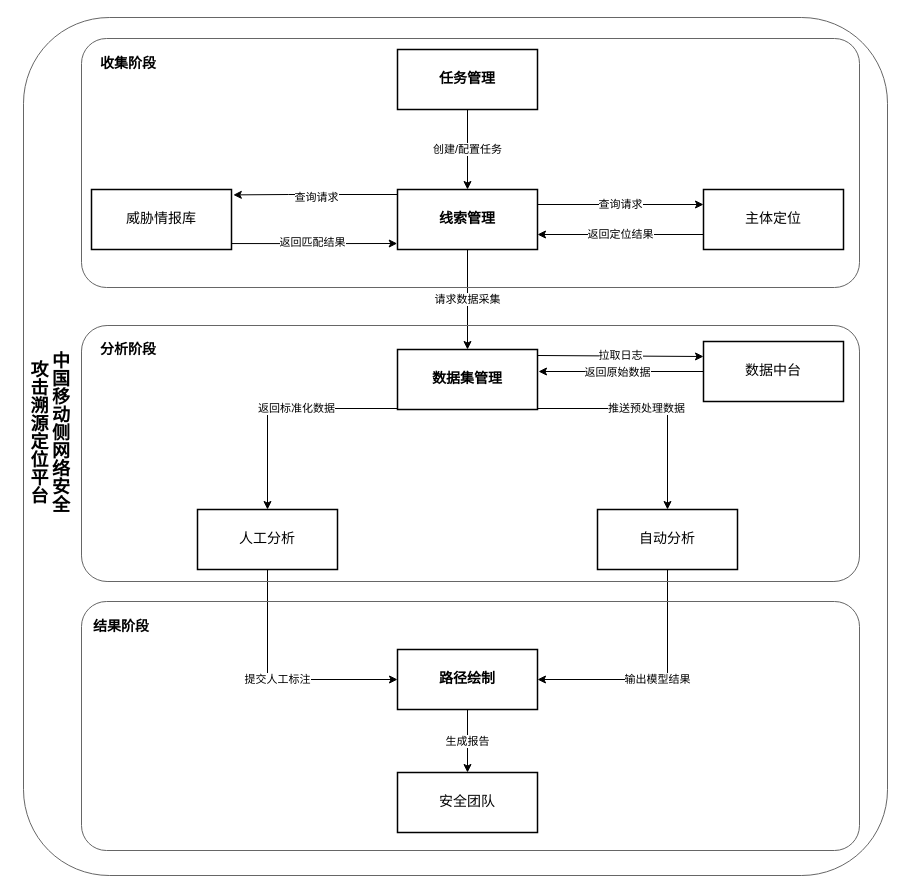
asdlijinquan/- keeps this draw.io diagram as page "第 2 页" (2 of 2) of JhbPpt.drawio. Above is the earlier version. Source tidied: cells renumbered, new cells numbered last; positions are measured from the earlier drawing's top-left corner, leaving out a move shared by most shapes. Both pictures are drawn from the tidied source at 100%, with x=0, y=0 at pixel (17, 17).
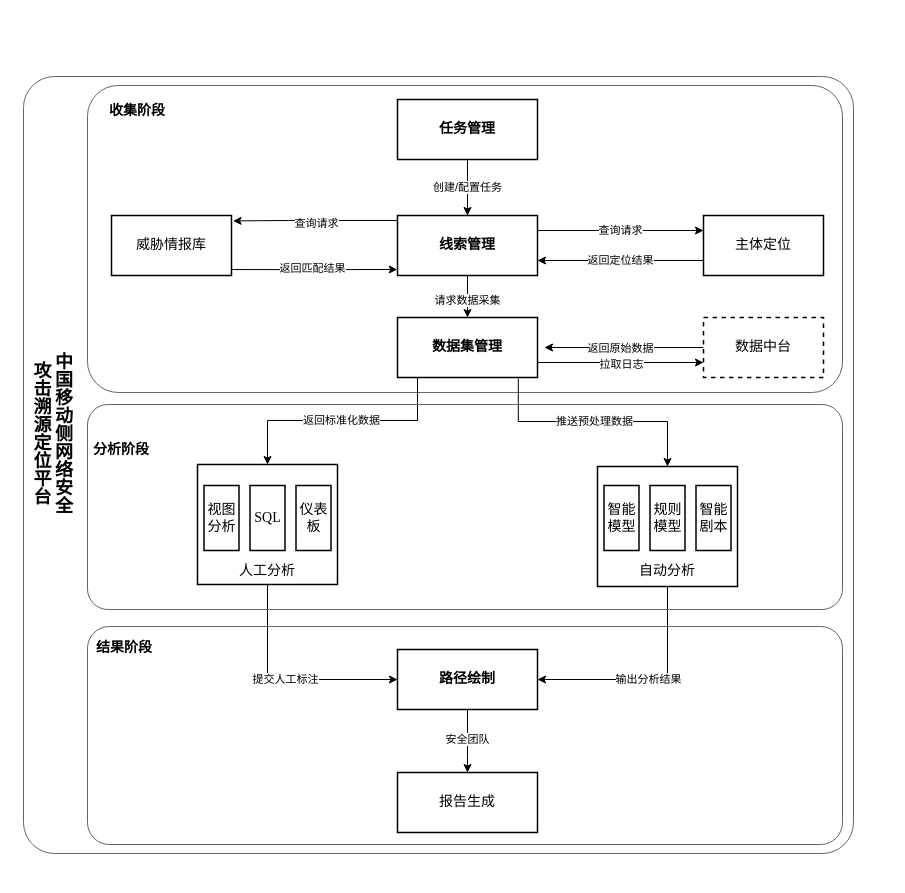
The same diagram, later.

Unchanged cells that the change refers to:
```xml
<mxCell id="12" value="路径绘制" style="rounded=0;whiteSpace=wrap;html=1;shadow=0;strokeWidth=1.5;fillColor=#FFFFFF;strokeColor=#000000;fontColor=#000000;fontFamily=Times New Roman;fontSize=14;fontStyle=1;" parent="1" vertex="1">
  <mxGeometry x="380" y="632" width="140" height="60" as="geometry" />
</mxCell>
```

Diff of the diagram source:
```diff
@@
+    <mxCell id="37" style="rounded=1;whiteSpace=wrap;html=1;arcSize=4;verticalAlign=top;glass=0;shadow=0;fillColor=none;strokeColor=#666666;fontColor=#333333;" parent="1" vertex="1">
+      <mxGeometry x="6" y="59" width="830" height="777" as="geometry" />
+    </mxCell>
+    <mxCell id="29" style="rounded=1;whiteSpace=wrap;html=1;fillColor=none;strokeColor=#666666;arcSize=10;verticalAlign=top;" parent="1" vertex="1">
+      <mxGeometry x="70" y="68" width="755" height="307" as="geometry" />
+    </mxCell>
+    <mxCell id="32" style="rounded=1;whiteSpace=wrap;html=1;fillColor=none;strokeColor=#666666;arcSize=10;verticalAlign=top;" parent="1" vertex="1">
+      <mxGeometry x="70" y="609" width="755" height="218" as="geometry" />
+    </mxCell>
     <mxCell id="2" value="任务管理" style="rounded=0;whiteSpace=wrap;html=1;shadow=0;strokeWidth=1.5;fillColor=#FFFFFF;strokeColor=#000000;fontColor=#000000;fontFamily=Times New Roman;fontSize=14;fontStyle=1;" parent="1" vertex="1">
-      <mxGeometry x="380" y="32" width="140" height="60" as="geometry" />
+      <mxGeometry x="380" y="82" width="140" height="60" as="geometry" />
     </mxCell>
     <mxCell id="3" value="线索管理" style="rounded=0;whiteSpace=wrap;html=1;shadow=0;strokeWidth=1.5;fillColor=#FFFFFF;strokeColor=#000000;fontColor=#000000;fontFamily=Times New Roman;fontSize=14;fontStyle=1;" parent="1" vertex="1">
-      <mxGeometry x="380" y="172" width="140" height="60" as="geometry" />
+      <mxGeometry x="380" y="198" width="140" height="60" as="geometry" />
     </mxCell>
     <mxCell id="4" value="主体定位" style="rounded=0;whiteSpace=wrap;html=1;shadow=0;strokeWidth=1.5;fillColor=#FFFFFF;strokeColor=#000000;fontColor=#000000;fontFamily=Times New Roman;fontSize=14;" parent="1" vertex="1">
-      <mxGeometry x="686" y="172" width="140" height="60" as="geometry" />
+      <mxGeometry x="686" y="198" width="120" height="60" as="geometry" />
     </mxCell>
     <mxCell id="5" value="威胁情报库" style="rounded=0;whiteSpace=wrap;html=1;shadow=0;strokeWidth=1.5;fillColor=#FFFFFF;strokeColor=#000000;fontColor=#000000;fontFamily=Times New Roman;fontSize=14;" parent="1" vertex="1">
-      <mxGeometry x="74" y="172" width="140" height="60" as="geometry" />
+      <mxGeometry x="94" y="198" width="120" height="60" as="geometry" />
     </mxCell>
-    <mxCell id="6" style="edgeStyle=orthogonalEdgeStyle;rounded=0;jettySize=auto;html=1;exitX=1;exitY=0;exitDx=0;exitDy=0;entryX=0;entryY=0.25;entryDx=0;entryDy=0;" parent="1" edge="1" source="8" target="9">
+    <mxCell id="6" style="edgeStyle=orthogonalEdgeStyle;rounded=0;jettySize=auto;html=1;exitX=1;exitY=0;exitDx=0;exitDy=0;entryX=0;entryY=0.75;entryDx=0;entryDy=0;" parent="1" edge="1" source="8" target="9">
       <mxGeometry relative="1" as="geometry">
         <Array as="points">
-          <mxPoint x="520" y="338" />
+          <mxPoint x="520" y="345" />
         </Array>
       </mxGeometry>
     </mxCell>
     <mxCell id="7" value="拉取日志" style="edgeLabel;html=1;align=center;verticalAlign=middle;" parent="6" vertex="1">
-      <mxGeometry x="0.02" y="1" relative="1" as="geometry" />
+      <mxGeometry x="0.02" y="1" relative="1" as="geometry">
+        <mxPoint x="20" y="2" as="offset" />
+      </mxGeometry>
     </mxCell>
     <mxCell id="8" value="数据集管理" style="rounded=0;whiteSpace=wrap;html=1;shadow=0;strokeWidth=1.5;fillColor=#FFFFFF;strokeColor=#000000;fontColor=#000000;fontFamily=Times New Roman;fontSize=14;fontStyle=1;" parent="1" vertex="1">
-      <mxGeometry x="380" y="332" width="140" height="60" as="geometry" />
+      <mxGeometry x="380" y="300" width="140" height="60" as="geometry" />
     </mxCell>
-    <mxCell id="9" value="数据中台" style="rounded=0;whiteSpace=wrap;html=1;shadow=0;strokeWidth=1.5;fillColor=#FFFFFF;strokeColor=#000000;fontColor=#000000;fontFamily=Times New Roman;fontSize=14;" parent="1" vertex="1">
-      <mxGeometry x="686" y="324" width="140" height="60" as="geometry" />
+    <mxCell id="9" value="数据中台" style="rounded=0;whiteSpace=wrap;html=1;shadow=0;strokeWidth=1.5;fillColor=#FFFFFF;strokeColor=#000000;fontColor=#000000;fontFamily=Times New Roman;fontSize=14;dashed=1;" parent="1" vertex="1">
+      <mxGeometry x="686" y="300" width="120" height="60" as="geometry" />
     </mxCell>
-    <mxCell id="10" value="人工分析" style="rounded=0;whiteSpace=wrap;html=1;shadow=0;strokeWidth=1.5;fillColor=#FFFFFF;strokeColor=#000000;fontColor=#000000;fontFamily=Times New Roman;fontSize=14;" parent="1" vertex="1">
-      <mxGeometry x="180" y="492" width="140" height="60" as="geometry" />
+    <mxCell id="10" style="rounded=0;whiteSpace=wrap;html=1;shadow=0;strokeWidth=1.5;fillColor=#FFFFFF;strokeColor=#000000;fontColor=#000000;fontFamily=Times New Roman;fontSize=14;" parent="1" vertex="1">
+      <mxGeometry x="180" y="447" width="140" height="120" as="geometry" />
     </mxCell>
-    <mxCell id="11" value="自动分析" style="rounded=0;whiteSpace=wrap;html=1;shadow=0;strokeWidth=1.5;fillColor=#FFFFFF;strokeColor=#000000;fontColor=#000000;fontFamily=Times New Roman;fontSize=14;" parent="1" vertex="1">
-      <mxGeometry x="580" y="492" width="140" height="60" as="geometry" />
+    <mxCell id="11" style="rounded=0;whiteSpace=wrap;html=1;shadow=0;strokeWidth=1.5;fillColor=#FFFFFF;strokeColor=#000000;fontColor=#000000;fontFamily=Times New Roman;fontSize=14;" parent="1" vertex="1">
+      <mxGeometry x="580" y="449" width="140" height="120" as="geometry" />
     </mxCell>
@@
-    <mxCell id="13" value="安全团队" style="rounded=0;whiteSpace=wrap;html=1;shadow=0;strokeWidth=1.5;fillColor=#FFFFFF;strokeColor=#000000;fontColor=#000000;fontFamily=Times New Roman;fontSize=14;" parent="1" vertex="1">
+    <mxCell id="13" value="报告生成" style="rounded=0;whiteSpace=wrap;html=1;shadow=0;strokeWidth=1.5;fillColor=#FFFFFF;strokeColor=#000000;fontColor=#000000;fontFamily=Times New Roman;fontSize=14;" parent="1" vertex="1">
       <mxGeometry x="380" y="755" width="140" height="60" as="geometry" />
     </mxCell>
@@
     <mxCell id="17" value="请求数据采集" style="edgeStyle=orthogonalEdgeStyle;rounded=0;html=1;strokeColor=#000000;fontColor=#000000;endArrow=classic;endFill=1;" parent="1" edge="1" source="3" target="8">
-      <mxGeometry relative="1" as="geometry" />
+      <mxGeometry x="0.2" relative="1" as="geometry" />
     </mxCell>
-    <mxCell id="18" value="返回标准化数据" style="edgeStyle=orthogonalEdgeStyle;rounded=0;html=1;strokeColor=#000000;fontColor=#000000;endArrow=classic;endFill=1;entryX=0.5;entryY=0;entryDx=0;entryDy=0;exitX=0;exitY=0.5;exitDx=0;exitDy=0;" parent="1" edge="1" source="8" target="10">
+    <mxCell id="18" value="返回标准化数据" style="edgeStyle=orthogonalEdgeStyle;rounded=0;html=1;strokeColor=#000000;fontColor=#000000;endArrow=classic;endFill=1;entryX=0.5;entryY=0;entryDx=0;entryDy=0;" parent="1" edge="1" target="10">
       <mxGeometry relative="1" as="geometry">
+        <mxPoint x="400" y="360" as="sourcePoint" />
         <Array as="points">
-          <mxPoint x="380" y="391" />
-          <mxPoint x="250" y="391" />
+          <mxPoint x="400" y="403" />
+          <mxPoint x="250" y="403" />
         </Array>
       </mxGeometry>
     </mxCell>
-    <mxCell id="19" value="推送预处理数据" style="edgeStyle=orthogonalEdgeStyle;rounded=0;html=1;strokeColor=#000000;fontColor=#000000;endArrow=classic;endFill=1;entryX=0.5;entryY=0;entryDx=0;entryDy=0;exitX=1;exitY=0.75;exitDx=0;exitDy=0;" parent="1" edge="1" source="8" target="11">
+    <mxCell id="19" value="推送预处理数据" style="edgeStyle=orthogonalEdgeStyle;rounded=0;html=1;strokeColor=#000000;fontColor=#000000;endArrow=classic;endFill=1;entryX=0.5;entryY=0;entryDx=0;entryDy=0;exitX=0.863;exitY=1.017;exitDx=0;exitDy=0;exitPerimeter=0;" parent="1" edge="1" source="8" target="11">
       <mxGeometry relative="1" as="geometry">
         <Array as="points">
-          <mxPoint x="520" y="391" />
-          <mxPoint x="650" y="391" />
+          <mxPoint x="501" y="404" />
+          <mxPoint x="650" y="404" />
         </Array>
       </mxGeometry>
     </mxCell>
@@
-    <mxCell id="21" value="输出模型结果" style="edgeStyle=orthogonalEdgeStyle;rounded=0;html=1;strokeColor=#000000;fontColor=#000000;endArrow=classic;endFill=1;entryX=1;entryY=0.5;entryDx=0;entryDy=0;exitX=0.5;exitY=1;exitDx=0;exitDy=0;" parent="1" edge="1" source="11" target="12">
+    <mxCell id="21" value="输出分析结果" style="edgeStyle=orthogonalEdgeStyle;rounded=0;html=1;strokeColor=#000000;fontColor=#000000;endArrow=classic;endFill=1;entryX=1;entryY=0.5;entryDx=0;entryDy=0;exitX=0.5;exitY=1;exitDx=0;exitDy=0;" parent="1" edge="1" source="11" target="12">
       <mxGeometry relative="1" as="geometry" />
     </mxCell>
-    <mxCell id="22" value="生成报告" style="edgeStyle=orthogonalEdgeStyle;rounded=0;html=1;strokeColor=#000000;fontColor=#000000;endArrow=classic;endFill=1;" parent="1" edge="1" source="12" target="13">
-      <mxGeometry relative="1" as="geometry" />
+    <mxCell id="22" value="安全团队" style="edgeStyle=orthogonalEdgeStyle;rounded=0;html=1;strokeColor=#000000;fontColor=#000000;endArrow=classic;endFill=1;" parent="1" edge="1" source="12" target="13">
+      <mxGeometry x="-0.05" relative="1" as="geometry">
+        <Array as="points">
+          <mxPoint x="450" y="739" />
+          <mxPoint x="450" y="739" />
+        </Array>
+      </mxGeometry>
     </mxCell>
     <mxCell id="23" style="edgeStyle=orthogonalEdgeStyle;rounded=0;jettySize=auto;html=1;exitX=0;exitY=0;exitDx=0;exitDy=0;entryX=1.013;entryY=0.09;entryDx=0;entryDy=0;entryPerimeter=0;" parent="1" edge="1" source="3" target="5">
       <mxGeometry relative="1" as="geometry">
         <Array as="points">
-          <mxPoint x="380" y="177" />
-          <mxPoint x="271" y="177" />
+          <mxPoint x="380" y="203" />
+          <mxPoint x="271" y="203" />
         </Array>
       </mxGeometry>
     </mxCell>
@@
     <mxCell id="27" style="edgeStyle=orthogonalEdgeStyle;rounded=0;jettySize=auto;html=1;exitX=0;exitY=0.5;exitDx=0;exitDy=0;" parent="1" edge="1" source="9">
       <mxGeometry relative="1" as="geometry">
-        <mxPoint x="521" y="354" as="targetPoint" />
+        <mxPoint x="527" y="330" as="targetPoint" />
       </mxGeometry>
     </mxCell>
@@
-    <mxCell id="29" style="rounded=1;whiteSpace=wrap;html=1;fillColor=none;strokeColor=#666666;arcSize=10;verticalAlign=top;" parent="1" vertex="1">
-      <mxGeometry x="64" y="21" width="778" height="249" as="geometry" />
-    </mxCell>
     <mxCell id="30" value="中国移动侧网络安全&lt;br&gt;攻击溯源定位平台" style="text;html=1;strokeColor=none;fillColor=none;align=center;verticalAlign=middle;whiteSpace=wrap;rounded=0;writingMode=vertical-rl;fontSize=18;fontStyle=1;flipV=1;flipH=1;textDirection=vertical-rl;" parent="1" vertex="1">
-      <mxGeometry y="275" width="60" height="280" as="geometry" />
+      <mxGeometry x="6" y="276" width="53" height="280" as="geometry" />
     </mxCell>
     <mxCell id="31" style="rounded=1;whiteSpace=wrap;html=1;fillColor=none;strokeColor=#666666;arcSize=10;verticalAlign=top;" parent="1" vertex="1">
-      <mxGeometry x="64" y="308" width="778" height="256" as="geometry" />
+      <mxGeometry x="70" y="387" width="755" height="205" as="geometry" />
     </mxCell>
-    <mxCell id="32" style="rounded=1;whiteSpace=wrap;html=1;fillColor=none;strokeColor=#666666;arcSize=10;verticalAlign=top;" parent="1" vertex="1">
-      <mxGeometry x="64" y="584" width="778" height="249" as="geometry" />
-    </mxCell>
     <mxCell id="33" value="&lt;span style=&quot;color: rgb(0, 0, 0); font-family: &amp;quot;Times New Roman&amp;quot;; font-size: 14px; font-style: normal; font-variant-ligatures: normal; font-variant-caps: normal; font-weight: 700; letter-spacing: normal; orphans: 2; text-align: center; text-indent: 0px; text-transform: none; widows: 2; word-spacing: 0px; -webkit-text-stroke-width: 0px; white-space: normal; text-decoration-thickness: initial; text-decoration-style: initial; text-decoration-color: initial; float: none; display: inline !important;&quot;&gt;收集阶段&lt;/span&gt;" style="text;whiteSpace=wrap;html=1;textShadow=0;labelBackgroundColor=none;" parent="1" vertex="1">
-      <mxGeometry x="81" y="32" width="84" height="39" as="geometry" />
+      <mxGeometry x="90" y="79" width="84" height="39" as="geometry" />
     </mxCell>
     <mxCell id="34" value="&lt;span style=&quot;color: rgb(0, 0, 0); font-family: &amp;quot;Times New Roman&amp;quot;; font-size: 14px; font-style: normal; font-variant-ligatures: normal; font-variant-caps: normal; font-weight: 700; letter-spacing: normal; orphans: 2; text-align: center; text-indent: 0px; text-transform: none; widows: 2; word-spacing: 0px; -webkit-text-stroke-width: 0px; white-space: normal; text-decoration-thickness: initial; text-decoration-style: initial; text-decoration-color: initial; float: none; display: inline !important;&quot;&gt;分析阶段&lt;/span&gt;" style="text;whiteSpace=wrap;html=1;labelBackgroundColor=default;" parent="1" vertex="1">
-      <mxGeometry x="81" y="318" width="84" height="39" as="geometry" />
+      <mxGeometry x="74" y="418" width="84" height="39" as="geometry" />
     </mxCell>
     <mxCell id="35" value="&lt;span style=&quot;color: rgb(0, 0, 0); font-family: &amp;quot;Times New Roman&amp;quot;; font-size: 14px; font-style: normal; font-variant-ligatures: normal; font-variant-caps: normal; font-weight: 700; letter-spacing: normal; orphans: 2; text-align: center; text-indent: 0px; text-transform: none; widows: 2; word-spacing: 0px; -webkit-text-stroke-width: 0px; white-space: normal; text-decoration-thickness: initial; text-decoration-style: initial; text-decoration-color: initial; float: none; display: inline !important;&quot;&gt;结果阶段&lt;/span&gt;" style="text;whiteSpace=wrap;html=1;textShadow=0;labelBackgroundColor=none;" parent="1" vertex="1">
-      <mxGeometry x="74" y="595" width="84" height="39" as="geometry" />
+      <mxGeometry x="77" y="616" width="84" height="39" as="geometry" />
     </mxCell>
-    <mxCell id="36" style="rounded=1;whiteSpace=wrap;html=1;fillColor=none;strokeColor=#666666;arcSize=10;verticalAlign=top;" parent="1" vertex="1">
-      <mxGeometry x="6" width="864" height="858" as="geometry" />
-    </mxCell>
+    <mxCell id="38" value="&lt;span style=&quot;color: rgb(0, 0, 0); font-family: &amp;quot;Times New Roman&amp;quot;; font-size: 14px; font-style: normal; font-variant-ligatures: normal; font-variant-caps: normal; font-weight: 400; letter-spacing: normal; orphans: 2; text-align: center; text-indent: 0px; text-transform: none; widows: 2; word-spacing: 0px; -webkit-text-stroke-width: 0px; white-space: normal; text-decoration-thickness: initial; text-decoration-style: initial; text-decoration-color: initial; float: none; display: inline !important;&quot;&gt;自动分析&lt;/span&gt;" style="text;whiteSpace=wrap;html=1;labelBackgroundColor=none;" parent="1" vertex="1">
+      <mxGeometry x="620" y="539" width="60" height="24" as="geometry" />
+    </mxCell>
+    <mxCell id="39" value="视图分析" style="rounded=0;whiteSpace=wrap;html=1;shadow=0;strokeWidth=1.5;fillColor=#FFFFFF;strokeColor=#000000;fontColor=#000000;fontFamily=Times New Roman;fontSize=14;" parent="1" vertex="1">
+      <mxGeometry x="186.5" y="468" width="35" height="65" as="geometry" />
+    </mxCell>
+    <mxCell id="40" value="SQL" style="rounded=0;whiteSpace=wrap;html=1;shadow=0;strokeWidth=1.5;fillColor=#FFFFFF;strokeColor=#000000;fontColor=#000000;fontFamily=Times New Roman;fontSize=14;" parent="1" vertex="1">
+      <mxGeometry x="232.5" y="468" width="35" height="65" as="geometry" />
+    </mxCell>
+    <mxCell id="41" value="仪表板" style="rounded=0;whiteSpace=wrap;html=1;shadow=0;strokeWidth=1.5;fillColor=#FFFFFF;strokeColor=#000000;fontColor=#000000;fontFamily=Times New Roman;fontSize=14;" parent="1" vertex="1">
+      <mxGeometry x="278.5" y="468" width="35" height="65" as="geometry" />
+    </mxCell>
+    <mxCell id="42" value="智能模型" style="rounded=0;whiteSpace=wrap;html=1;shadow=0;strokeWidth=1.5;fillColor=#FFFFFF;strokeColor=#000000;fontColor=#000000;fontFamily=Times New Roman;fontSize=14;" parent="1" vertex="1">
+      <mxGeometry x="586.5" y="468" width="35" height="65" as="geometry" />
+    </mxCell>
+    <mxCell id="43" value="规则模型" style="rounded=0;whiteSpace=wrap;html=1;shadow=0;strokeWidth=1.5;fillColor=#FFFFFF;strokeColor=#000000;fontColor=#000000;fontFamily=Times New Roman;fontSize=14;" parent="1" vertex="1">
+      <mxGeometry x="632.5" y="468" width="35" height="65" as="geometry" />
+    </mxCell>
+    <mxCell id="44" value="智能剧本" style="rounded=0;whiteSpace=wrap;html=1;shadow=0;strokeWidth=1.5;fillColor=#FFFFFF;strokeColor=#000000;fontColor=#000000;fontFamily=Times New Roman;fontSize=14;" parent="1" vertex="1">
+      <mxGeometry x="678.5" y="468" width="35" height="65" as="geometry" />
+    </mxCell>
+    <mxCell id="45" value="&lt;span style=&quot;color: rgb(0, 0, 0); font-family: &amp;quot;Times New Roman&amp;quot;; font-size: 14px; font-style: normal; font-variant-ligatures: normal; font-variant-caps: normal; font-weight: 400; letter-spacing: normal; orphans: 2; text-align: center; text-indent: 0px; text-transform: none; widows: 2; word-spacing: 0px; -webkit-text-stroke-width: 0px; white-space: normal; text-decoration-thickness: initial; text-decoration-style: initial; text-decoration-color: initial; float: none; display: inline !important;&quot;&gt;人工分析&lt;/span&gt;" style="text;whiteSpace=wrap;html=1;labelBackgroundColor=none;" parent="1" vertex="1">
+      <mxGeometry x="220" y="539" width="60" height="24" as="geometry" />
+    </mxCell>
```
